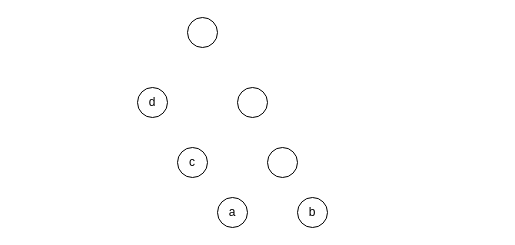
habibsifat/ConsensusTree keeps this draw.io diagram as img/super_tree.drawio. Above is the earlier version. Source tidied: cells renumbered, new cells numbered last; positions are measured from the earlier drawing's top-left corner, leaving out a move shared by most shapes. Both pictures are drawn from the tidied source at 100%, with x=0, y=0 at pixel (137, 17).
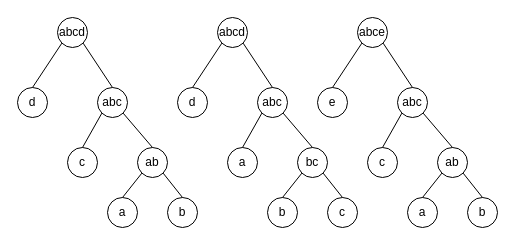
The same page after the edit.

Change to the diagram source:
```diff
@@
     <mxCell id="2" value="d" style="ellipse;whiteSpace=wrap;html=1;" parent="1" vertex="1">
-      <mxGeometry y="70" width="30" height="30" as="geometry" />
+      <mxGeometry x="-120" y="70" width="30" height="30" as="geometry" />
     </mxCell>
-    <mxCell id="3" value="c" style="ellipse;whiteSpace=wrap;html=1;" parent="1" vertex="1">
-      <mxGeometry x="40" y="130" width="30" height="30" as="geometry" />
+    <mxCell id="3" value="c" style="ellipse;whiteSpace=wrap;html=1;direction=south;" parent="1" vertex="1">
+      <mxGeometry x="-70" y="130" width="30" height="30" as="geometry" />
     </mxCell>
-    <mxCell id="4" style="ellipse;whiteSpace=wrap;html=1;" parent="1" vertex="1">
-      <mxGeometry x="100" y="70" width="30" height="30" as="geometry" />
+    <mxCell id="4" value="abc" style="ellipse;whiteSpace=wrap;html=1;" parent="1" vertex="1">
+      <mxGeometry x="-40" y="70" width="30" height="30" as="geometry" />
     </mxCell>
     <mxCell id="5" value="b" style="ellipse;whiteSpace=wrap;html=1;" parent="1" vertex="1">
-      <mxGeometry x="160" y="180" width="30" height="30" as="geometry" />
+      <mxGeometry x="30" y="180" width="30" height="30" as="geometry" />
     </mxCell>
-    <mxCell id="6" style="ellipse;whiteSpace=wrap;html=1;" parent="1" vertex="1">
-      <mxGeometry x="50" width="30" height="30" as="geometry" />
+    <mxCell id="6" value="abcd" style="ellipse;whiteSpace=wrap;html=1;" parent="1" vertex="1">
+      <mxGeometry x="-80" width="30" height="30" as="geometry" />
     </mxCell>
-    <mxCell id="7" style="ellipse;whiteSpace=wrap;html=1;" parent="1" vertex="1">
-      <mxGeometry x="130" y="130" width="30" height="30" as="geometry" />
+    <mxCell id="7" value="ab" style="ellipse;whiteSpace=wrap;html=1;" parent="1" vertex="1">
+      <mxGeometry y="130" width="30" height="30" as="geometry" />
     </mxCell>
     <mxCell id="8" value="a" style="ellipse;whiteSpace=wrap;html=1;" parent="1" vertex="1">
-      <mxGeometry x="80" y="180" width="30" height="30" as="geometry" />
+      <mxGeometry x="-30" y="180" width="30" height="30" as="geometry" />
     </mxCell>
+    <mxCell id="9" style="endArrow=none;html=1;rounded=0;entryX=0;entryY=1;entryDx=0;entryDy=0;exitX=0.5;exitY=0;exitDx=0;exitDy=0;" parent="1" edge="1" source="2" target="6">
+      <mxGeometry relative="1" as="geometry" />
+    </mxCell>
+    <mxCell id="10" style="endArrow=none;html=1;rounded=0;entryX=0;entryY=1;entryDx=0;entryDy=0;exitX=0;exitY=0.5;exitDx=0;exitDy=0;" parent="1" edge="1" source="3" target="4">
+      <mxGeometry relative="1" as="geometry" />
+    </mxCell>
+    <mxCell id="11" style="endArrow=none;html=1;rounded=0;exitX=0.5;exitY=0;exitDx=0;exitDy=0;entryX=1;entryY=1;entryDx=0;entryDy=0;" parent="1" edge="1" source="4" target="6">
+      <mxGeometry relative="1" as="geometry" />
+    </mxCell>
+    <mxCell id="12" style="endArrow=none;html=1;rounded=0;entryX=0;entryY=1;entryDx=0;entryDy=0;exitX=0.5;exitY=0;exitDx=0;exitDy=0;" parent="1" edge="1" source="8" target="7">
+      <mxGeometry relative="1" as="geometry" />
+    </mxCell>
+    <mxCell id="13" style="endArrow=none;html=1;rounded=0;entryX=1;entryY=1;entryDx=0;entryDy=0;exitX=0.5;exitY=0;exitDx=0;exitDy=0;" parent="1" edge="1" source="5" target="7">
+      <mxGeometry relative="1" as="geometry" />
+    </mxCell>
+    <mxCell id="14" style="endArrow=none;html=1;rounded=0;entryX=1;entryY=1;entryDx=0;entryDy=0;exitX=0.5;exitY=0;exitDx=0;exitDy=0;" parent="1" edge="1" source="7" target="4">
+      <mxGeometry relative="1" as="geometry" />
+    </mxCell>
+    <mxCell id="15" value="d" style="ellipse;whiteSpace=wrap;html=1;" parent="1" vertex="1">
+      <mxGeometry x="40" y="70" width="30" height="30" as="geometry" />
+    </mxCell>
+    <mxCell id="16" value="a" style="ellipse;whiteSpace=wrap;html=1;direction=south;" parent="1" vertex="1">
+      <mxGeometry x="90" y="130" width="30" height="30" as="geometry" />
+    </mxCell>
+    <mxCell id="17" value="abc" style="ellipse;whiteSpace=wrap;html=1;" parent="1" vertex="1">
+      <mxGeometry x="120" y="70" width="30" height="30" as="geometry" />
+    </mxCell>
+    <mxCell id="18" value="c" style="ellipse;whiteSpace=wrap;html=1;" parent="1" vertex="1">
+      <mxGeometry x="190" y="180" width="30" height="30" as="geometry" />
+    </mxCell>
+    <mxCell id="19" value="abcd" style="ellipse;whiteSpace=wrap;html=1;" parent="1" vertex="1">
+      <mxGeometry x="80" width="30" height="30" as="geometry" />
+    </mxCell>
+    <mxCell id="20" value="bc" style="ellipse;whiteSpace=wrap;html=1;" parent="1" vertex="1">
+      <mxGeometry x="160" y="130" width="30" height="30" as="geometry" />
+    </mxCell>
+    <mxCell id="21" value="b" style="ellipse;whiteSpace=wrap;html=1;" parent="1" vertex="1">
+      <mxGeometry x="130" y="180" width="30" height="30" as="geometry" />
+    </mxCell>
+    <mxCell id="22" style="endArrow=none;html=1;rounded=0;entryX=0;entryY=1;entryDx=0;entryDy=0;exitX=0.5;exitY=0;exitDx=0;exitDy=0;" parent="1" edge="1" source="15" target="19">
+      <mxGeometry relative="1" as="geometry" />
+    </mxCell>
+    <mxCell id="23" style="endArrow=none;html=1;rounded=0;entryX=0;entryY=1;entryDx=0;entryDy=0;exitX=0;exitY=0.5;exitDx=0;exitDy=0;" parent="1" edge="1" source="16" target="17">
+      <mxGeometry relative="1" as="geometry" />
+    </mxCell>
+    <mxCell id="24" style="endArrow=none;html=1;rounded=0;exitX=0.5;exitY=0;exitDx=0;exitDy=0;entryX=1;entryY=1;entryDx=0;entryDy=0;" parent="1" edge="1" source="17" target="19">
+      <mxGeometry relative="1" as="geometry" />
+    </mxCell>
+    <mxCell id="25" style="endArrow=none;html=1;rounded=0;entryX=0;entryY=1;entryDx=0;entryDy=0;exitX=0.5;exitY=0;exitDx=0;exitDy=0;" parent="1" edge="1" source="21" target="20">
+      <mxGeometry relative="1" as="geometry" />
+    </mxCell>
+    <mxCell id="26" style="endArrow=none;html=1;rounded=0;entryX=1;entryY=1;entryDx=0;entryDy=0;exitX=0.5;exitY=0;exitDx=0;exitDy=0;" parent="1" edge="1" source="18" target="20">
+      <mxGeometry relative="1" as="geometry" />
+    </mxCell>
+    <mxCell id="27" style="endArrow=none;html=1;rounded=0;entryX=1;entryY=1;entryDx=0;entryDy=0;exitX=0.5;exitY=0;exitDx=0;exitDy=0;" parent="1" edge="1" source="20" target="17">
+      <mxGeometry relative="1" as="geometry" />
+    </mxCell>
+    <mxCell id="28" value="e" style="ellipse;whiteSpace=wrap;html=1;" parent="1" vertex="1">
+      <mxGeometry x="180" y="70" width="30" height="30" as="geometry" />
+    </mxCell>
+    <mxCell id="29" value="c" style="ellipse;whiteSpace=wrap;html=1;direction=south;" parent="1" vertex="1">
+      <mxGeometry x="230" y="130" width="30" height="30" as="geometry" />
+    </mxCell>
+    <mxCell id="30" value="abc" style="ellipse;whiteSpace=wrap;html=1;" parent="1" vertex="1">
+      <mxGeometry x="260" y="70" width="30" height="30" as="geometry" />
+    </mxCell>
+    <mxCell id="31" value="b" style="ellipse;whiteSpace=wrap;html=1;" parent="1" vertex="1">
+      <mxGeometry x="330" y="180" width="30" height="30" as="geometry" />
+    </mxCell>
+    <mxCell id="32" value="abce" style="ellipse;whiteSpace=wrap;html=1;" parent="1" vertex="1">
+      <mxGeometry x="220" width="30" height="30" as="geometry" />
+    </mxCell>
+    <mxCell id="33" value="ab" style="ellipse;whiteSpace=wrap;html=1;" parent="1" vertex="1">
+      <mxGeometry x="300" y="130" width="30" height="30" as="geometry" />
+    </mxCell>
+    <mxCell id="34" value="a" style="ellipse;whiteSpace=wrap;html=1;" parent="1" vertex="1">
+      <mxGeometry x="270" y="180" width="30" height="30" as="geometry" />
+    </mxCell>
+    <mxCell id="35" style="endArrow=none;html=1;rounded=0;entryX=0;entryY=1;entryDx=0;entryDy=0;exitX=0.5;exitY=0;exitDx=0;exitDy=0;" parent="1" edge="1" source="28" target="32">
+      <mxGeometry relative="1" as="geometry" />
+    </mxCell>
+    <mxCell id="36" style="endArrow=none;html=1;rounded=0;entryX=0;entryY=1;entryDx=0;entryDy=0;exitX=0;exitY=0.5;exitDx=0;exitDy=0;" parent="1" edge="1" source="29" target="30">
+      <mxGeometry relative="1" as="geometry" />
+    </mxCell>
+    <mxCell id="37" style="endArrow=none;html=1;rounded=0;exitX=0.5;exitY=0;exitDx=0;exitDy=0;entryX=1;entryY=1;entryDx=0;entryDy=0;" parent="1" edge="1" source="30" target="32">
+      <mxGeometry relative="1" as="geometry" />
+    </mxCell>
+    <mxCell id="38" style="endArrow=none;html=1;rounded=0;entryX=0;entryY=1;entryDx=0;entryDy=0;exitX=0.5;exitY=0;exitDx=0;exitDy=0;" parent="1" edge="1" source="34" target="33">
+      <mxGeometry relative="1" as="geometry" />
+    </mxCell>
+    <mxCell id="39" style="endArrow=none;html=1;rounded=0;entryX=1;entryY=1;entryDx=0;entryDy=0;exitX=0.5;exitY=0;exitDx=0;exitDy=0;" parent="1" edge="1" source="31" target="33">
+      <mxGeometry relative="1" as="geometry" />
+    </mxCell>
+    <mxCell id="40" style="endArrow=none;html=1;rounded=0;entryX=1;entryY=1;entryDx=0;entryDy=0;exitX=0.5;exitY=0;exitDx=0;exitDy=0;" parent="1" edge="1" source="33" target="30">
+      <mxGeometry relative="1" as="geometry" />
+    </mxCell>
```
